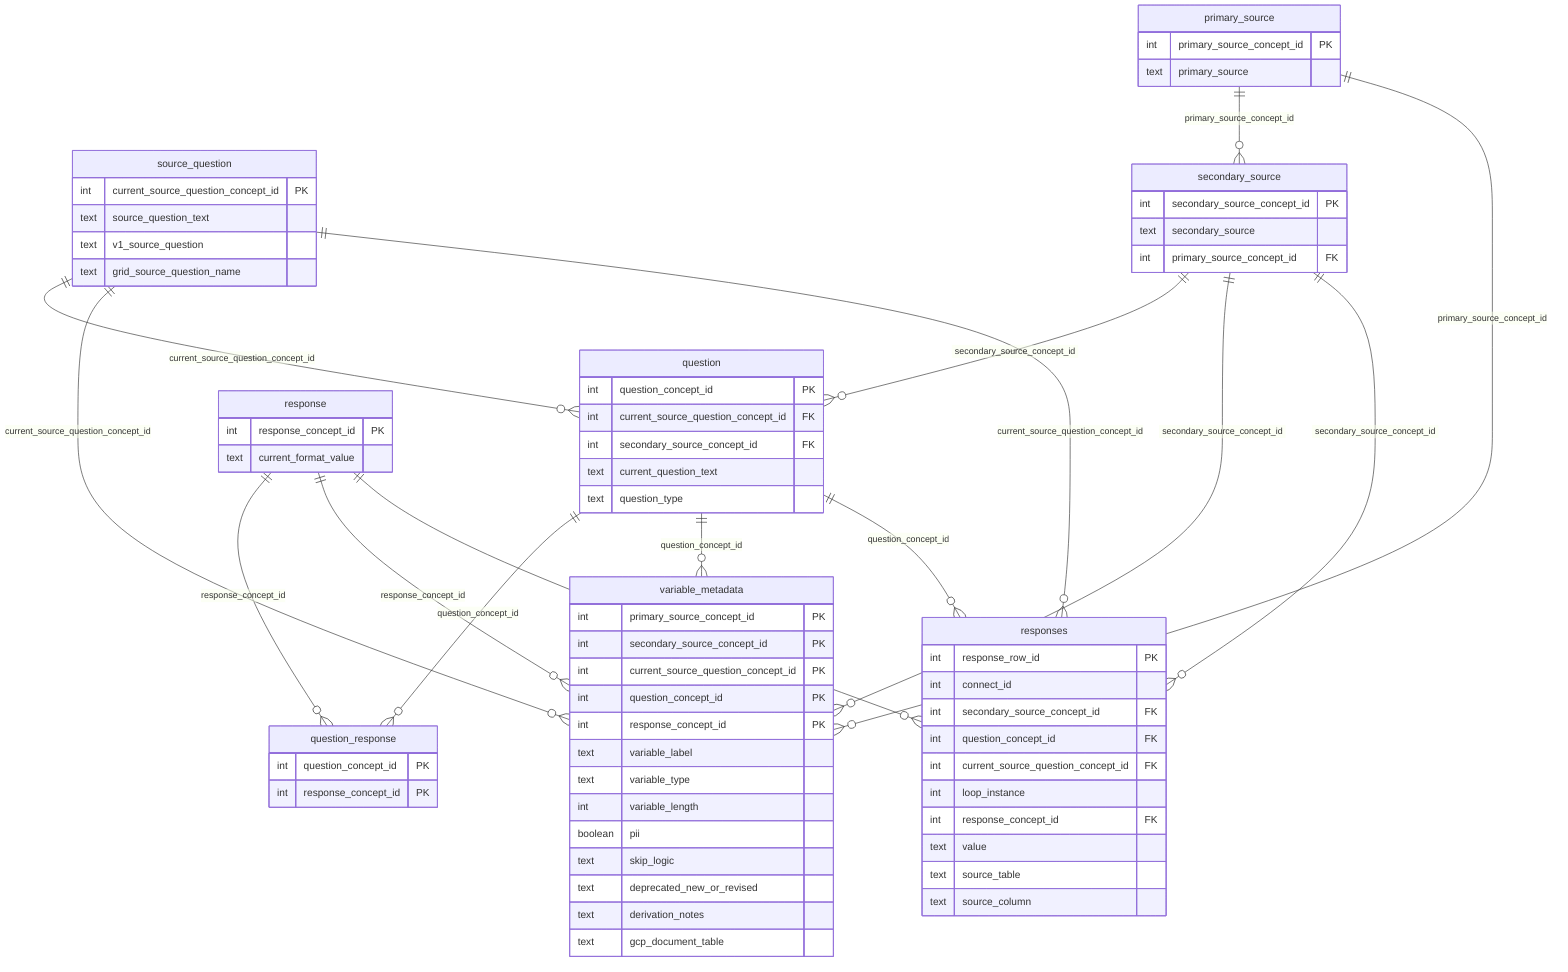
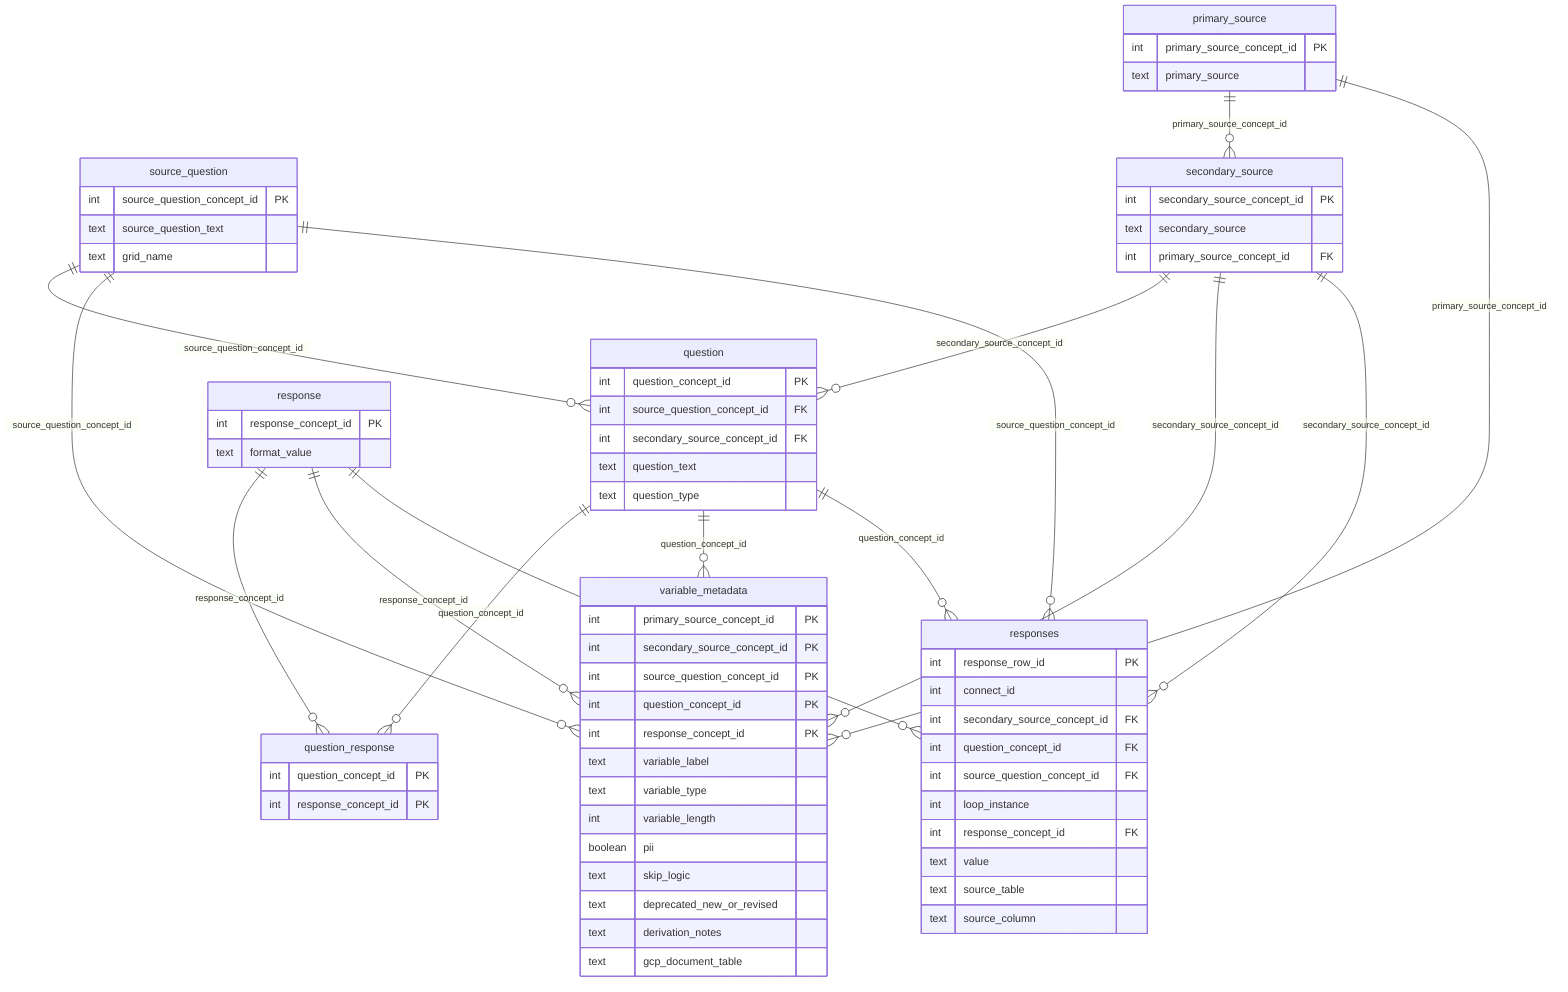
%% Connect Relational Data Model — Phase 1 "Dictionary-Direct" (Model A)
%% Generated from data_model_modest.dbml. Paste into draw.io: Insert "+" > Advanced > Mermaid...
%% PK = primary key, FK = foreign-key column. Relationships are the edges below the entities.
erDiagram
  primary_source {
    int primary_source_concept_id PK
    text primary_source
  }
  source_question {
-     int current_source_question_concept_id PK
+     int source_question_concept_id PK
    text source_question_text
-     text v1_source_question
-     text grid_source_question_name
+     text grid_name
  }
  secondary_source {
    int secondary_source_concept_id PK
    text secondary_source
    int primary_source_concept_id FK
  }
  question {
    int question_concept_id PK
-     int current_source_question_concept_id FK
+     int source_question_concept_id FK
    int secondary_source_concept_id FK
-     text current_question_text
+     text question_text
    text question_type
  }
  response {
    int response_concept_id PK
-     text current_format_value
+     text format_value
  }
  question_response {
    int question_concept_id PK
    int response_concept_id PK
  }
  variable_metadata {
    int primary_source_concept_id PK
    int secondary_source_concept_id PK
-     int current_source_question_concept_id PK
+     int source_question_concept_id PK
    int question_concept_id PK
    int response_concept_id PK
    text variable_label
    text variable_type
    int variable_length
    boolean pii
    text skip_logic
    text deprecated_new_or_revised
    text derivation_notes
    text gcp_document_table
  }
  responses {
    int response_row_id PK
    int connect_id
    int secondary_source_concept_id FK
    int question_concept_id FK
-     int current_source_question_concept_id FK
+     int source_question_concept_id FK
    int loop_instance
    int response_concept_id FK
    text value
    text source_table
    text source_column
  }

  primary_source   ||--o{ secondary_source  : primary_source_concept_id
-   source_question  ||--o{ question          : current_source_question_concept_id
+   source_question  ||--o{ question          : source_question_concept_id
  secondary_source ||--o{ question          : secondary_source_concept_id
  question         ||--o{ question_response : question_concept_id
  response         ||--o{ question_response : response_concept_id
  primary_source   ||--o{ variable_metadata : primary_source_concept_id
  secondary_source ||--o{ variable_metadata : secondary_source_concept_id
-   source_question  ||--o{ variable_metadata : current_source_question_concept_id
+   source_question  ||--o{ variable_metadata : source_question_concept_id
  question         ||--o{ variable_metadata : question_concept_id
  response         ||--o{ variable_metadata : response_concept_id
  secondary_source ||--o{ responses         : secondary_source_concept_id
  question         ||--o{ responses         : question_concept_id
-   source_question  ||--o{ responses         : current_source_question_concept_id
+   source_question  ||--o{ responses         : source_question_concept_id
  response         ||--o{ responses         : response_concept_id
